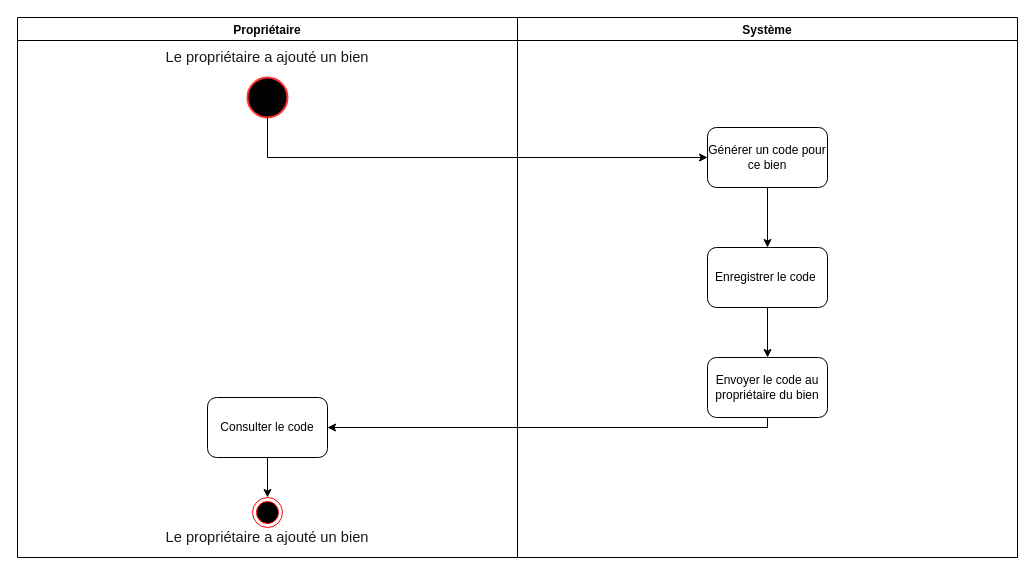
This is page "générer un code" (8 of 20) of Ko-loc (1).drawio from Julienthum/Co-Lock, a draw.io file, before an edit. Source tidied: cells renumbered, new cells numbered last; positions are measured from the earlier drawing's top-left corner, leaving out a move shared by most shapes. Both pictures are drawn from the tidied source at 100%, with x=0, y=0 at pixel (17, 17).
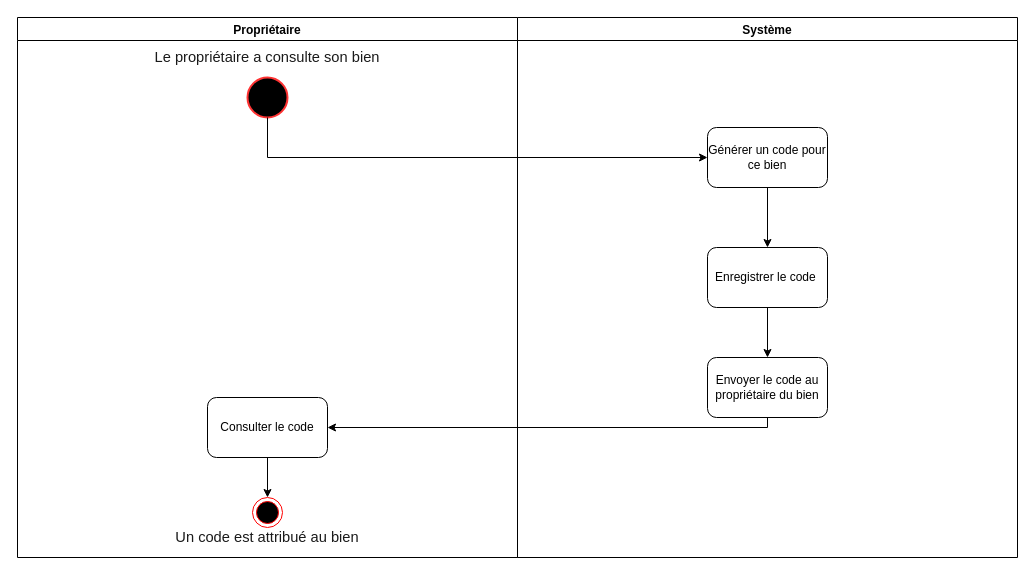
Above is the later version.

Change to the diagram source:
```diff
@@
 <mxGraphModel>
   <root>
     <mxCell id="0" />
     <mxCell id="1" parent="0" />
     <mxCell id="2" value="Propriétaire" style="swimlane;fontSize=12;strokeColor=#000000;fillColor=#FFFFFF;" parent="1" vertex="1">
       <mxGeometry width="500" height="540" as="geometry" />
     </mxCell>
     <mxCell id="3" style="strokeWidth=2;html=1;shape=mxgraph.flowchart.start_2;whiteSpace=wrap;fontSize=14;fillColor=#000000;strokeColor=#FF3333;" parent="2" vertex="1">
       <mxGeometry x="230" y="60" width="40" height="40" as="geometry" />
     </mxCell>
-    <mxCell id="4" value="&lt;font color=&quot;#1a1a1a&quot; face=&quot;calibri, sans-serif&quot;&gt;&lt;span style=&quot;font-size: 14.6667px&quot;&gt;Le propriétaire a ajouté un bien&lt;/span&gt;&lt;/font&gt;" style="text;html=1;strokeColor=none;fillColor=none;align=center;verticalAlign=middle;whiteSpace=wrap;rounded=0;fontSize=14;" parent="2" vertex="1">
+    <mxCell id="4" value="&lt;font color=&quot;#1a1a1a&quot; face=&quot;calibri, sans-serif&quot;&gt;&lt;span style=&quot;font-size: 14.6667px&quot;&gt;Le propriétaire a consulte son bien&lt;/span&gt;&lt;/font&gt;" style="text;html=1;strokeColor=none;fillColor=none;align=center;verticalAlign=middle;whiteSpace=wrap;rounded=0;fontSize=14;" parent="2" vertex="1">
       <mxGeometry x="130" y="30" width="240" height="20" as="geometry" />
     </mxCell>
     <mxCell id="5" style="ellipse;html=1;shape=endState;fillColor=#000000;strokeColor=#ff0000;fontSize=12;" parent="2" vertex="1">
       <mxGeometry x="235" y="480" width="30" height="30" as="geometry" />
     </mxCell>
     <mxCell id="6" style="edgeStyle=orthogonalEdgeStyle;rounded=0;jettySize=auto;html=1;fontSize=12;" parent="2" edge="1" source="7" target="5">
       <mxGeometry relative="1" as="geometry" />
     </mxCell>
     <mxCell id="7" value="Consulter le code" style="rounded=1;whiteSpace=wrap;html=1;fontSize=12;strokeColor=#000000;fillColor=#FFFFFF;" parent="2" vertex="1">
       <mxGeometry x="190" y="380" width="120" height="60" as="geometry" />
     </mxCell>
-    <mxCell id="8" value="&lt;font color=&quot;#1a1a1a&quot; face=&quot;calibri, sans-serif&quot;&gt;&lt;span style=&quot;font-size: 14.6667px&quot;&gt;Le propriétaire a ajouté un bien&lt;/span&gt;&lt;/font&gt;" style="text;html=1;strokeColor=none;fillColor=none;align=center;verticalAlign=middle;whiteSpace=wrap;rounded=0;fontSize=14;" parent="2" vertex="1">
+    <mxCell id="8" value="&lt;font color=&quot;#1a1a1a&quot; face=&quot;calibri, sans-serif&quot;&gt;&lt;span style=&quot;font-size: 14.6667px&quot;&gt;Un code est attribué au bien&lt;/span&gt;&lt;/font&gt;" style="text;html=1;strokeColor=none;fillColor=none;align=center;verticalAlign=middle;whiteSpace=wrap;rounded=0;fontSize=14;" parent="2" vertex="1">
       <mxGeometry x="130" y="510" width="240" height="20" as="geometry" />
     </mxCell>
     <mxCell id="9" value="Système" style="swimlane;fontSize=12;strokeColor=#000000;fillColor=#FFFFFF;" parent="1" vertex="1">
       <mxGeometry x="500" width="500" height="540" as="geometry" />
     </mxCell>
     <mxCell id="10" style="edgeStyle=orthogonalEdgeStyle;rounded=0;jettySize=auto;html=1;fontSize=12;" parent="9" edge="1" source="11" target="13">
       <mxGeometry relative="1" as="geometry" />
     </mxCell>
     <mxCell id="11" value="Générer un code pour ce bien" style="rounded=1;whiteSpace=wrap;html=1;fontSize=12;strokeColor=#000000;fillColor=#FFFFFF;" parent="9" vertex="1">
       <mxGeometry x="190" y="110" width="120" height="60" as="geometry" />
     </mxCell>
     <mxCell id="12" style="edgeStyle=orthogonalEdgeStyle;rounded=0;jettySize=auto;html=1;fontSize=12;" parent="9" edge="1" source="13" target="14">
       <mxGeometry relative="1" as="geometry" />
     </mxCell>
     <mxCell id="13" value="Enregistrer le code&amp;nbsp;" style="rounded=1;whiteSpace=wrap;html=1;fontSize=12;strokeColor=#000000;fillColor=#FFFFFF;" parent="9" vertex="1">
       <mxGeometry x="190" y="230" width="120" height="60" as="geometry" />
     </mxCell>
     <mxCell id="14" value="Envoyer le code au propriétaire du bien" style="rounded=1;whiteSpace=wrap;html=1;fontSize=12;strokeColor=#000000;fillColor=#FFFFFF;" parent="9" vertex="1">
       <mxGeometry x="190" y="340" width="120" height="60" as="geometry" />
     </mxCell>
     <mxCell id="15" style="edgeStyle=orthogonalEdgeStyle;rounded=0;jettySize=auto;html=1;entryX=0;entryY=0.5;entryDx=0;entryDy=0;fontSize=12;" parent="1" edge="1" source="3" target="11">
       <mxGeometry relative="1" as="geometry">
         <Array as="points">
           <mxPoint x="250" y="140" />
         </Array>
       </mxGeometry>
     </mxCell>
     <mxCell id="16" style="edgeStyle=orthogonalEdgeStyle;rounded=0;jettySize=auto;html=1;entryX=1;entryY=0.5;entryDx=0;entryDy=0;fontSize=12;" parent="1" edge="1" source="14" target="7">
       <mxGeometry relative="1" as="geometry">
         <Array as="points">
           <mxPoint x="750" y="410" />
         </Array>
       </mxGeometry>
     </mxCell>
   </root>
 </mxGraphModel>
```
